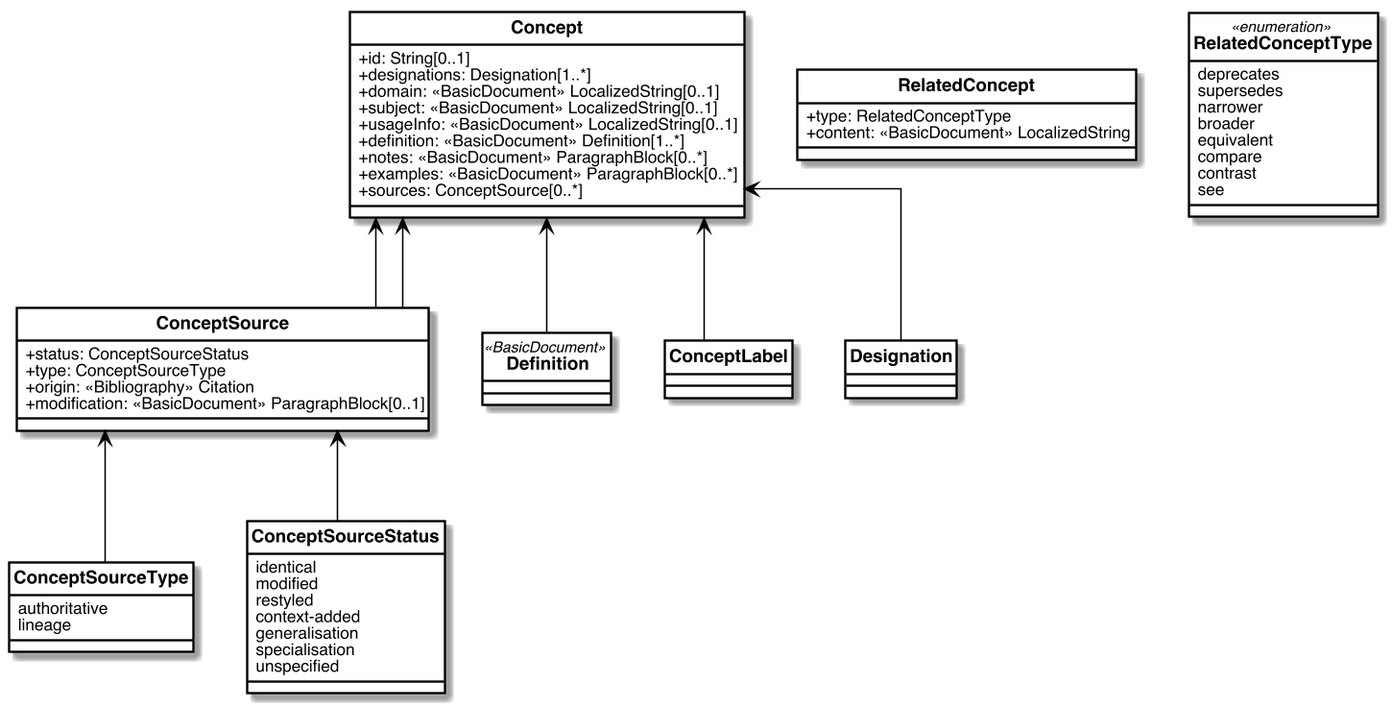
Above: images/concept.png in glossarist/concept-model (PlantUML), before the change.
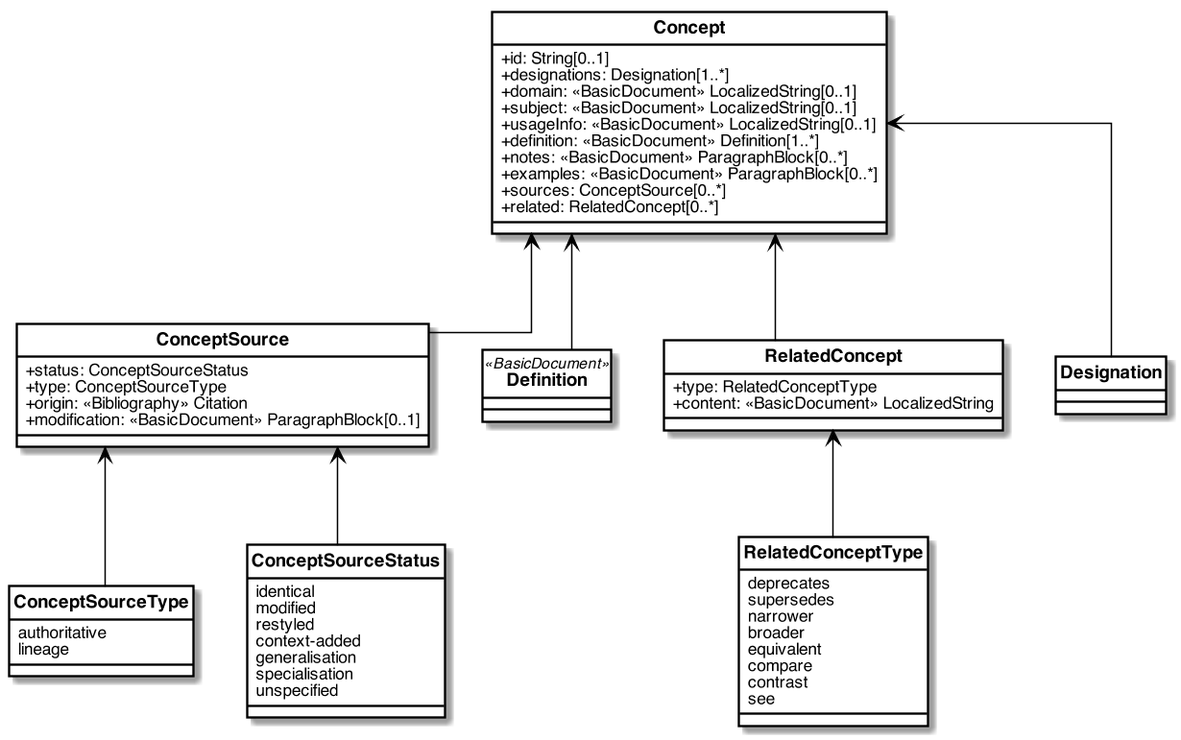
The same file after the commit.

What changed in the source:
```diff
@@ -50,25 +50,10 @@
   +notes: <<BasicDocument>> ParagraphBlock[0..*]
   +examples: <<BasicDocument>> ParagraphBlock[0..*]
   +sources: ConceptSource[0..*]
+  +related: RelatedConcept[0..*]
 }
 
 
-
-class RelatedConcept {
-  +type: RelatedConceptType
-  +content: <<BasicDocument>> LocalizedString
-}
-
-enum RelatedConceptType <<enumeration>>{
-  deprecates
-  supersedes
-  narrower
-  broader
-  equivalent
-  compare
-  contrast
-  see
-}
 
 class ConceptSource {
   +status: ConceptSourceStatus
@@ -95,13 +80,30 @@
   unspecified
 }
 
-Concept <-- ConceptSource
-Concept <-- ConceptLabel
+class RelatedConcept {
+  +type: RelatedConceptType
+  +content: <<BasicDocument>> LocalizedString
+}
+
+enum RelatedConceptType {
+  deprecates
+  supersedes
+  narrower
+  broader
+  equivalent
+  compare
+  contrast
+  see
+}
+
 Concept <-- ConceptSource
 Concept <-- Definition
 Concept <-- Designation
+Concept <-- RelatedConcept
 
 ConceptSource <-- ConceptSourceStatus
 ConceptSource <-- ConceptSourceType
 
+RelatedConcept <-- RelatedConceptType
+
 @enduml
```
